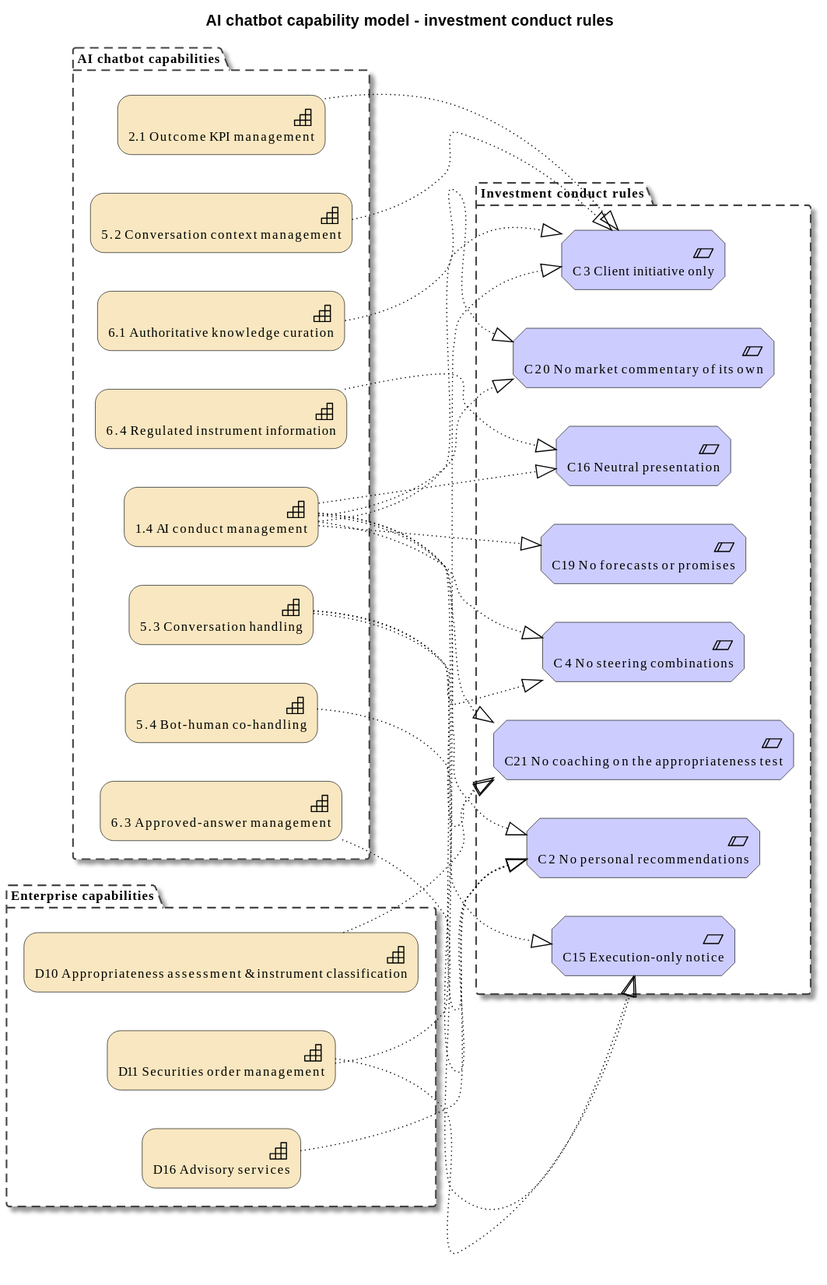
The PlantUML diagram views/05-rules-investment-conduct.svg in castellix/chatbot, before a commit. The source it was exported from:
```plantuml
@startuml
!include <archimate/Archimate>
title AI chatbot capability model - investment conduct rules
left to right direction

Grouping(grpChatbot, "AI chatbot capabilities") {
  Strategy_Capability(cap1_4, "1.4 AI conduct management")
  Strategy_Capability(cap2_1, "2.1 Outcome KPI management")
  Strategy_Capability(cap5_2, "5.2 Conversation context management")
  Strategy_Capability(cap5_3, "5.3 Conversation handling")
  Strategy_Capability(cap5_4, "5.4 Bot-human co-handling")
  Strategy_Capability(cap6_1, "6.1 Authoritative knowledge curation")
  Strategy_Capability(cap6_3, "6.3 Approved-answer management")
  Strategy_Capability(cap6_4, "6.4 Regulated instrument information")
}
Grouping(grpRules, "Investment conduct rules") {
  Motivation_Constraint(c2, "C2 No personal recommendations")
  Motivation_Constraint(c3, "C3 Client initiative only")
  Motivation_Constraint(c4, "C4 No steering combinations")
  Motivation_Requirement(c15, "C15 Execution-only notice")
  Motivation_Constraint(c16, "C16 Neutral presentation")
  Motivation_Constraint(c19, "C19 No forecasts or promises")
  Motivation_Constraint(c20, "C20 No market commentary of its own")
  Motivation_Constraint(c21, "C21 No coaching on the appropriateness test")
}
Grouping(grpEnterprise, "Enterprise capabilities") {
  Strategy_Capability(d10, "D10 Appropriateness assessment & instrument classification")
  Strategy_Capability(d11, "D11 Securities order management")
  Strategy_Capability(d16, "D16 Advisory services")
}

Rel_Realization(cap1_4, c2)
Rel_Realization(cap5_3, c2)
Rel_Realization(cap5_4, c2)
Rel_Realization(cap1_4, c3)
Rel_Realization(cap2_1, c3)
Rel_Realization(cap5_2, c3)
Rel_Realization(cap1_4, c4)
Rel_Realization(cap5_3, c4)
Rel_Realization(cap1_4, c15)
Rel_Realization(cap6_3, c15)
Rel_Realization(cap1_4, c16)
Rel_Realization(cap6_4, c16)
Rel_Realization(cap1_4, c19)
Rel_Realization(cap1_4, c20)
Rel_Realization(cap6_1, c20)
Rel_Realization(cap1_4, c21)
Rel_Realization(cap5_3, c21)
Rel_Realization(d16, c2)
Rel_Realization(d11, c3)
Rel_Realization(d11, c15)
Rel_Realization(d10, c21)
@enduml
```
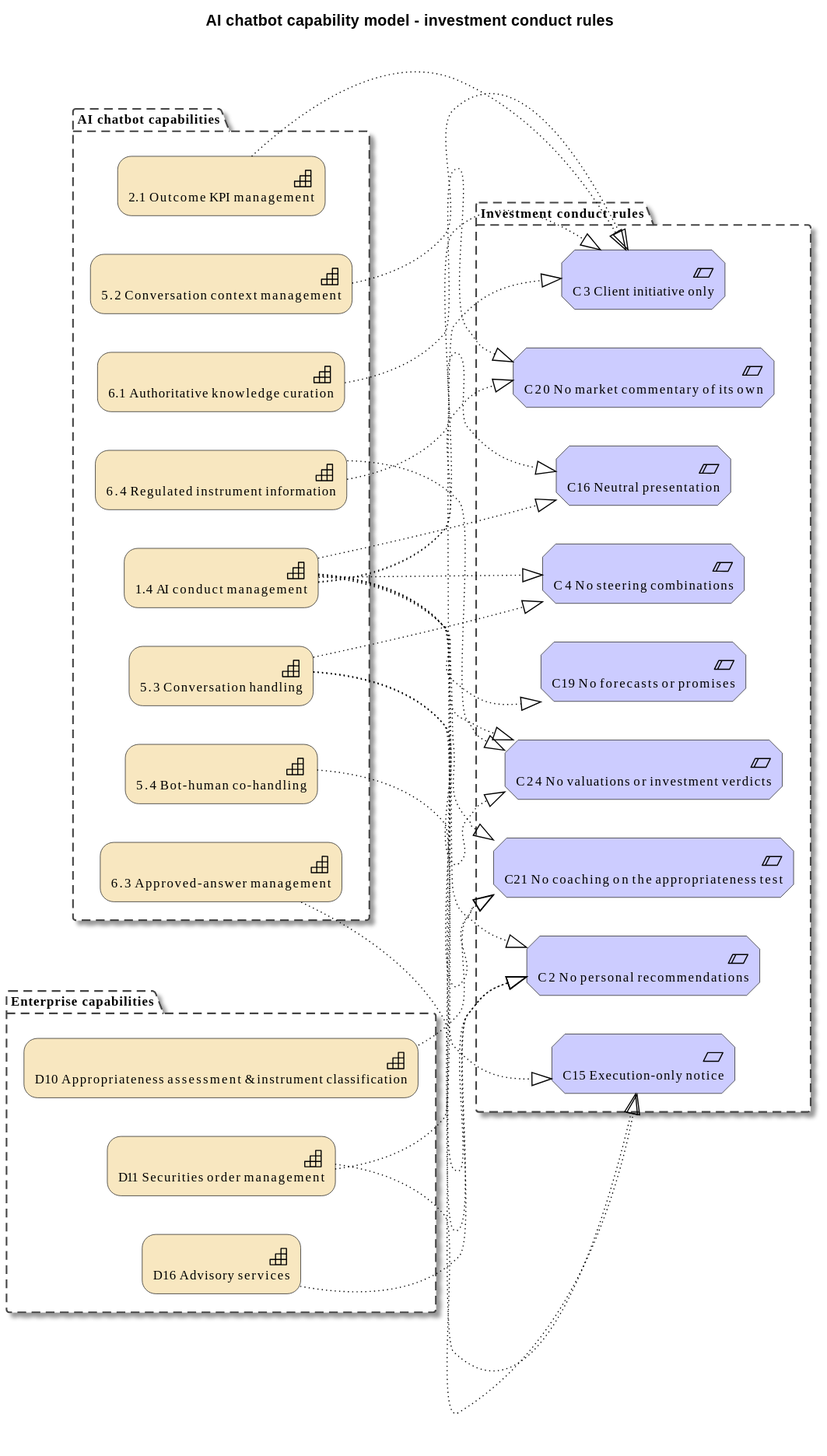
After the change.

Commit message:
Add constraint C24 No valuations or investment verdicts

Diff of the diagram source:
```diff
@@ -22,6 +22,7 @@
   Motivation_Constraint(c19, "C19 No forecasts or promises")
   Motivation_Constraint(c20, "C20 No market commentary of its own")
   Motivation_Constraint(c21, "C21 No coaching on the appropriateness test")
+  Motivation_Constraint(c24, "C24 No valuations or investment verdicts")
 }
 Grouping(grpEnterprise, "Enterprise capabilities") {
   Strategy_Capability(d10, "D10 Appropriateness assessment & instrument classification")
@@ -46,6 +47,9 @@
 Rel_Realization(cap6_1, c20)
 Rel_Realization(cap1_4, c21)
 Rel_Realization(cap5_3, c21)
+Rel_Realization(cap1_4, c24)
+Rel_Realization(cap5_3, c24)
+Rel_Realization(cap6_4, c24)
 Rel_Realization(d16, c2)
 Rel_Realization(d11, c3)
 Rel_Realization(d11, c15)
```
